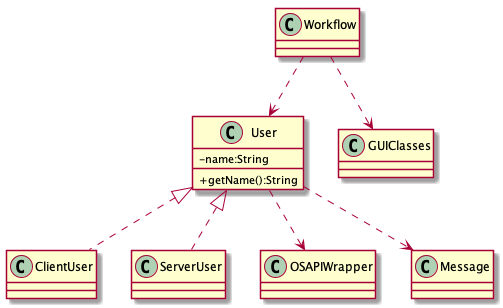
This is doc/UML_Demo.png from profthecopyright/Thunder_Class, a PlantUML export, as it was before one commit.
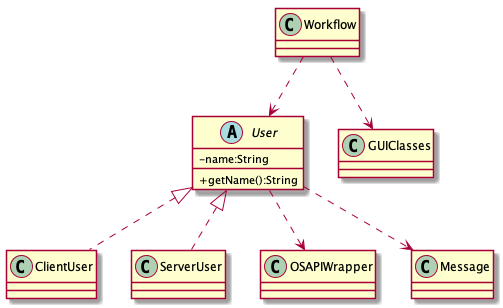
Later version of the same file.

Diff of the diagram source:
```diff
@@ -2,8 +2,8 @@
 
 skinparam classAttributeIconSize 0
 
-abstract User
-class User {
+
+abstract class User {
 	-name:String
 	+getName():String
 }
```
